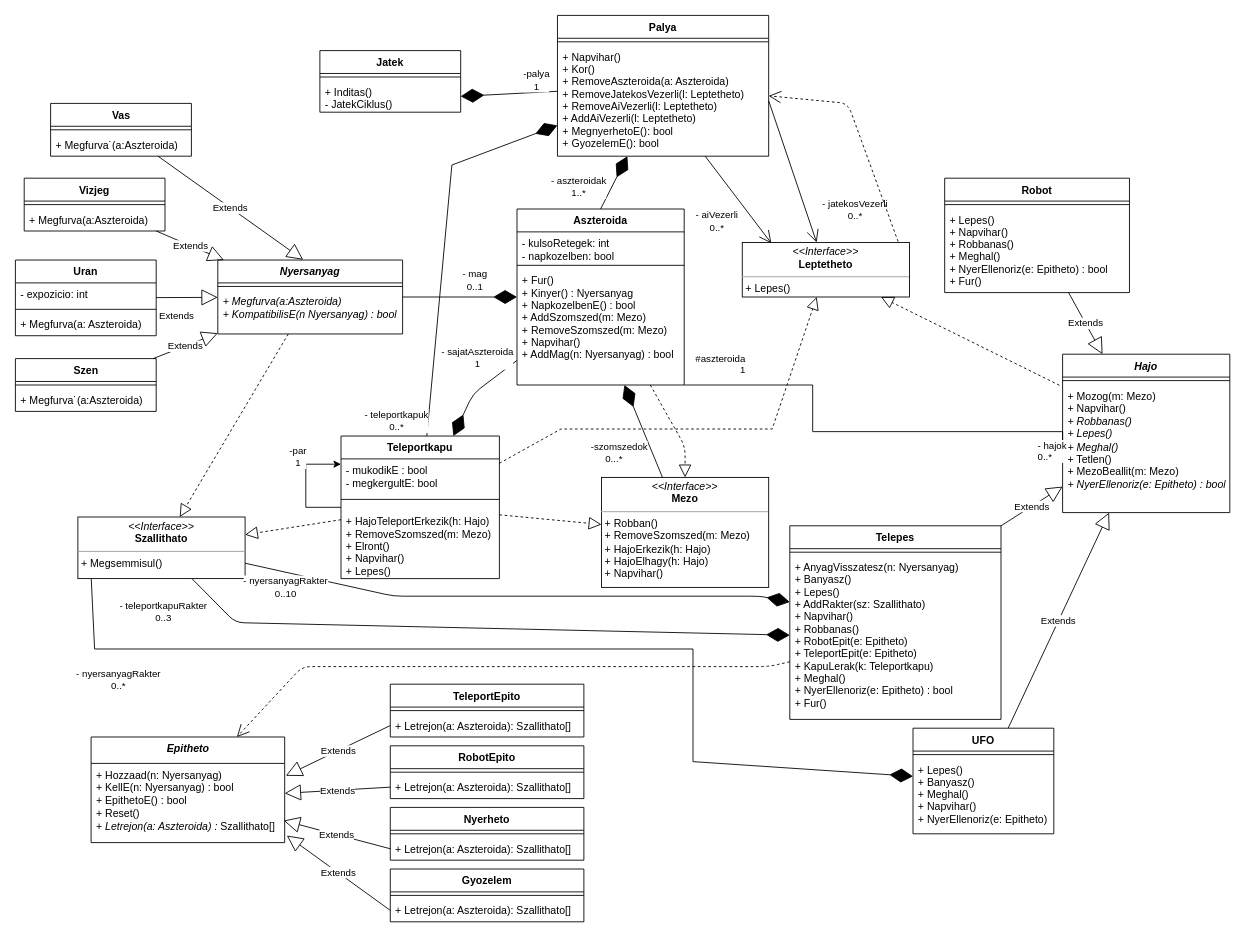
Before: doc/class.drawio in torpeBoiGo/aszteroidabanyaszat, a draw.io diagram. Source tidied: cells renumbered, new cells numbered last; positions are measured from the earlier drawing's top-left corner, leaving out a move shared by most shapes. Both pictures are drawn from the tidied source at 88%, with x=0, y=0 at pixel (15, 15).
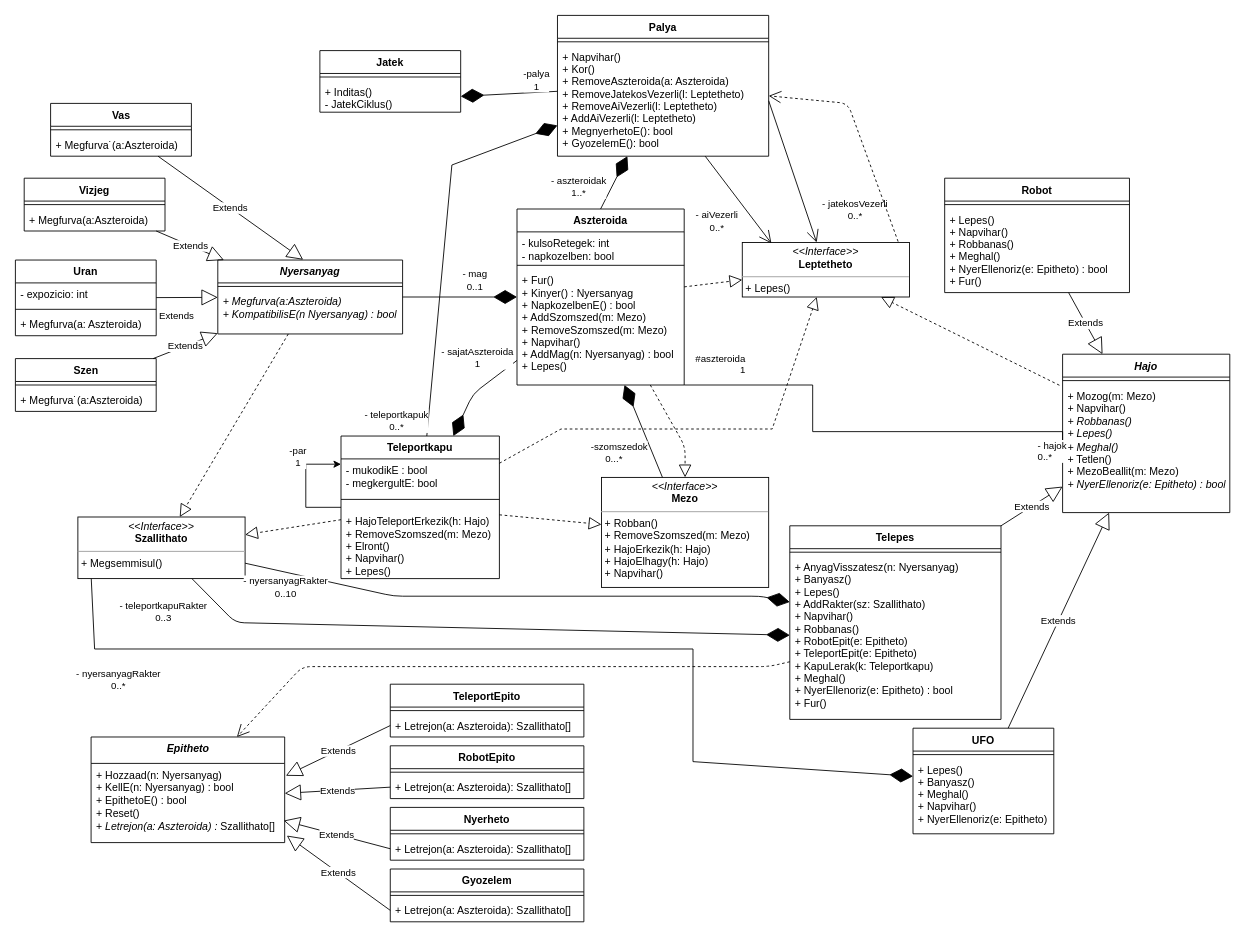
The same diagram, later.

Commit message:
aszteroida lepes()

Unchanged cells that the change refers to:
```xml
<mxCell id="8" value="&lt;p style=&quot;margin: 0px ; margin-top: 4px ; text-align: center&quot;&gt;&lt;i&gt;&amp;lt;&amp;lt;Interface&amp;gt;&amp;gt;&lt;/i&gt;&lt;br&gt;&lt;b&gt;Leptetheto&lt;/b&gt;&lt;/p&gt;&lt;hr size=&quot;1&quot;&gt;&lt;p style=&quot;margin: 0px ; margin-left: 4px&quot;&gt;+ Lepes()&lt;/p&gt;" style="verticalAlign=top;align=left;overflow=fill;fontSize=12;fontFamily=Helvetica;html=1;" parent="1" vertex="1">
  <mxGeometry x="826" y="258" width="190" height="62" as="geometry" />
</mxCell>
<mxCell id="9" value="Aszteroida" style="swimlane;fontStyle=1;align=center;verticalAlign=top;horizontal=1;startSize=26;" parent="1" vertex="1">
  <mxGeometry x="570" y="220" width="190" height="200" as="geometry" />
</mxCell>
```

Change to the diagram source:
```diff
@@
-    <mxCell id="12" value="+ Fur()&#10;+ Kinyer() : Nyersanyag&#10;+ NapkozelbenE() : bool&#10;+ AddSzomszed(m: Mezo)&#10;+ RemoveSzomszed(m: Mezo)&#10;+ Napvihar()&#10;+ AddMag(n: Nyersanyag) : bool" style="text;strokeColor=none;fillColor=none;align=left;verticalAlign=top;spacingLeft=4;spacingRight=4;overflow=hidden;points=[[0,0.5],[1,0.5]];portConstraint=eastwest;" parent="9" vertex="1">
+    <mxCell id="12" value="+ Fur()&#10;+ Kinyer() : Nyersanyag&#10;+ NapkozelbenE() : bool&#10;+ AddSzomszed(m: Mezo)&#10;+ RemoveSzomszed(m: Mezo)&#10;+ Napvihar()&#10;+ AddMag(n: Nyersanyag) : bool&#10;+ Lepes()" style="text;strokeColor=none;fillColor=none;align=left;verticalAlign=top;spacingLeft=4;spacingRight=4;overflow=hidden;points=[[0,0.5],[1,0.5]];portConstraint=eastwest;" parent="9" vertex="1">
       <mxGeometry y="68" width="190" height="132" as="geometry" />
     </mxCell>
@@
+    <mxCell id="107" style="endArrow=block;dashed=1;endFill=0;endSize=12;html=1;" parent="1" edge="1" source="9" target="8">
+      <mxGeometry relative="1" as="geometry" />
+    </mxCell>
```
